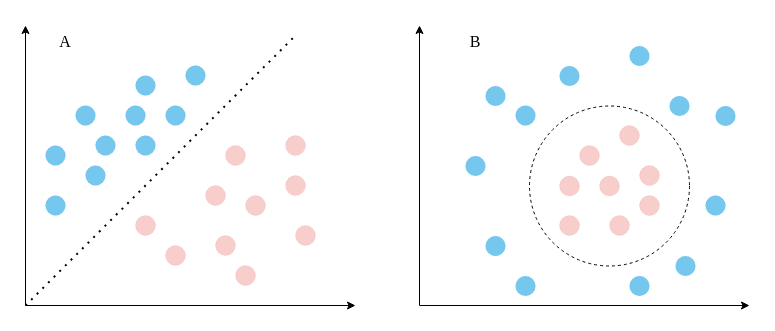
This is SVM.drawio from wangrui99/algs4, a draw.io file, before an edit. Source tidied: cells renumbered, new cells numbered last; positions are measured from the earlier drawing's top-left corner, leaving out a move shared by most shapes. Both pictures are drawn from the tidied source at 100%, with x=0, y=0 at pixel (25, 25).
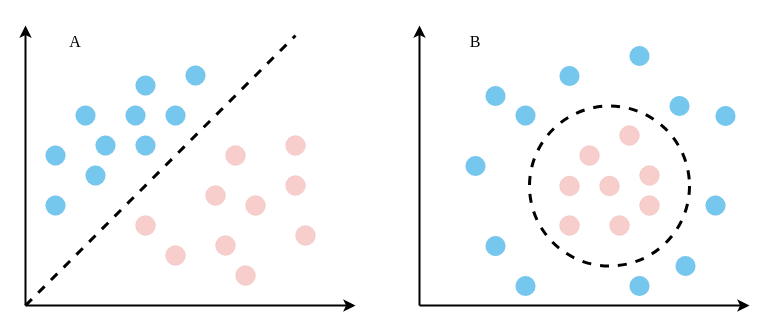
The same diagram, later.

Diff of the diagram source:
```diff
@@
-    <mxCell id="2" style="ellipse;whiteSpace=wrap;html=1;fillColor=none;dashed=1;" parent="1" vertex="1">
+    <mxCell id="2" style="ellipse;whiteSpace=wrap;html=1;fillColor=none;dashed=1;strokeWidth=3;" parent="1" vertex="1">
       <mxGeometry x="504" y="80.5" width="160" height="160" as="geometry" />
     </mxCell>
-    <mxCell id="3" style="endArrow=classic;html=1;rounded=0;" parent="1" edge="1">
+    <mxCell id="3" style="endArrow=classic;html=1;rounded=0;strokeWidth=2;" parent="1" edge="1">
       <mxGeometry relative="1" as="geometry">
         <mxPoint y="280" as="sourcePoint" />
         <mxPoint as="targetPoint" />
       </mxGeometry>
     </mxCell>
-    <mxCell id="4" style="endArrow=classic;html=1;rounded=0;" parent="1" edge="1">
+    <mxCell id="4" style="endArrow=classic;html=1;rounded=0;strokeWidth=2;" parent="1" edge="1">
       <mxGeometry relative="1" as="geometry">
         <mxPoint y="280" as="sourcePoint" />
         <mxPoint x="330" y="280" as="targetPoint" />
       </mxGeometry>
     </mxCell>
@@
-    <mxCell id="7" style="endArrow=none;dashed=1;html=1;dashPattern=1 3;strokeWidth=2;rounded=0;" parent="1" edge="1">
+    <mxCell id="7" style="endArrow=none;dashed=1;html=1;strokeWidth=3;rounded=0;" parent="1" edge="1">
       <mxGeometry relative="1" as="geometry">
         <mxPoint y="280" as="sourcePoint" />
         <mxPoint x="270" y="10" as="targetPoint" />
       </mxGeometry>
     </mxCell>
@@
-    <mxCell id="23" style="endArrow=classic;html=1;rounded=0;" parent="1" edge="1">
+    <mxCell id="23" style="endArrow=classic;html=1;rounded=0;strokeWidth=2;" parent="1" edge="1">
       <mxGeometry relative="1" as="geometry">
         <mxPoint x="394" y="280" as="sourcePoint" />
         <mxPoint x="394" as="targetPoint" />
       </mxGeometry>
     </mxCell>
-    <mxCell id="24" style="endArrow=classic;html=1;rounded=0;" parent="1" edge="1">
+    <mxCell id="24" style="endArrow=classic;html=1;rounded=0;strokeWidth=2;" parent="1" edge="1">
       <mxGeometry relative="1" as="geometry">
         <mxPoint x="394" y="280" as="sourcePoint" />
         <mxPoint x="724" y="280" as="targetPoint" />
       </mxGeometry>
     </mxCell>
@@
     <mxCell id="48" value="&lt;font style=&quot;font-size: 16px;&quot; face=&quot;Times New Roman&quot;&gt;A&lt;/font&gt;" style="text;html=1;strokeColor=none;fillColor=none;align=center;verticalAlign=middle;whiteSpace=wrap;rounded=0;" parent="1" vertex="1">
-      <mxGeometry x="10" y="0.5" width="60" height="30" as="geometry" />
+      <mxGeometry x="20" y="0.5" width="60" height="30" as="geometry" />
     </mxCell>
```
